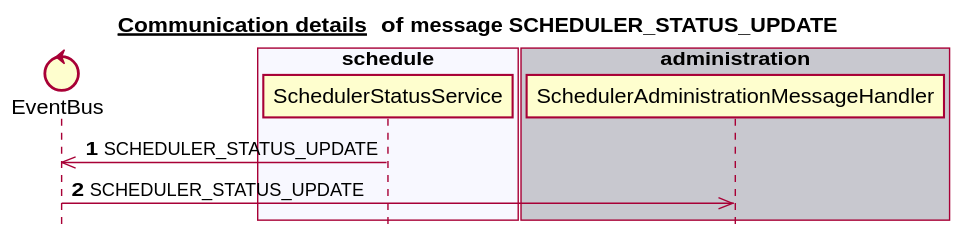
Above: docs/latest/images/gen_domain_messaging_scheduler_status_update.svg in mercedes-benz/sechub (PlantUML), before the change.
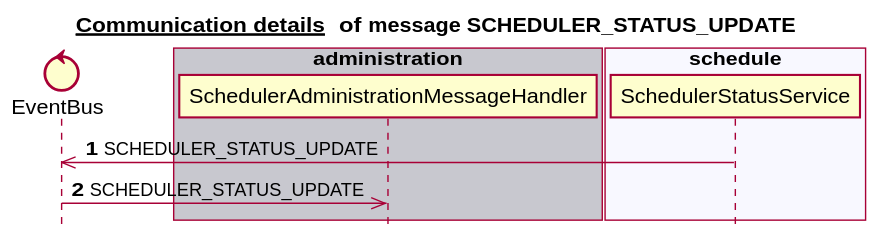
The same diagram one commit later.

Diff of the diagram source:
```diff
@@ -6,17 +6,17 @@
 
 
 control EventBus
-box "scan" #C8C8CF
+box "authorization" #C8C8CF
+end box
+box "scan" #F8F8FF
+end box
+box "administration" #C8C8CF
+   participant SchedulerAdministrationMessageHandler
 end box
 box "schedule" #F8F8FF
    participant SchedulerStatusService
 end box
-box "authorization" #C8C8CF
-end box
-box "notification" #F8F8FF
-end box
-box "administration" #C8C8CF
-   participant SchedulerAdministrationMessageHandler
+box "notification" #C8C8CF
 end box
 autonumber 1
 SchedulerStatusService ->> EventBus:SCHEDULER_STATUS_UPDATE
```
